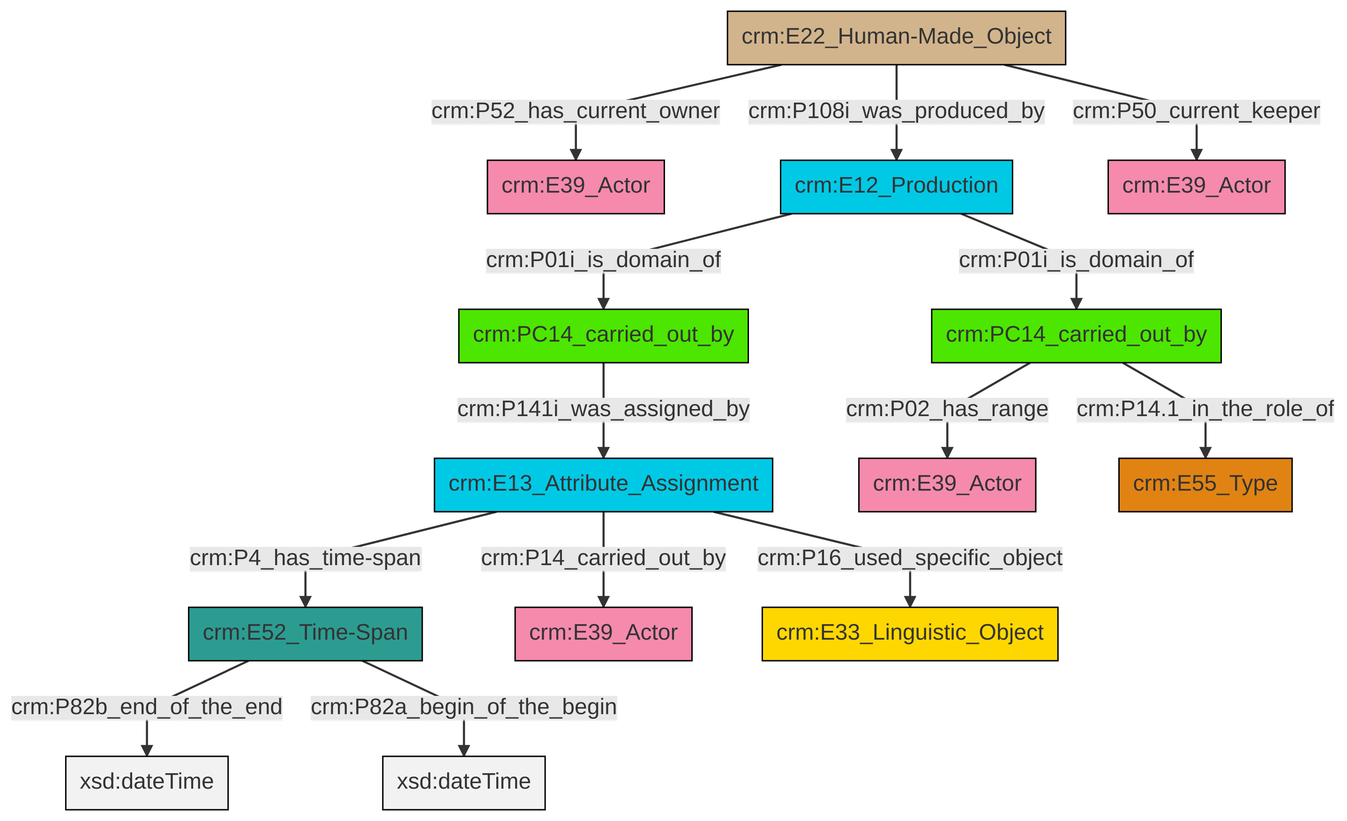
The Mermaid diagram et/carrierCSV/ttl/mmd/png/carrier_relations.png in swiss-art-research-net/docs.swissartresearch, before a commit. Its source is kept beside it as et/carrierCSV/ttl/mmd/carrier_relations.ttl.mmd.
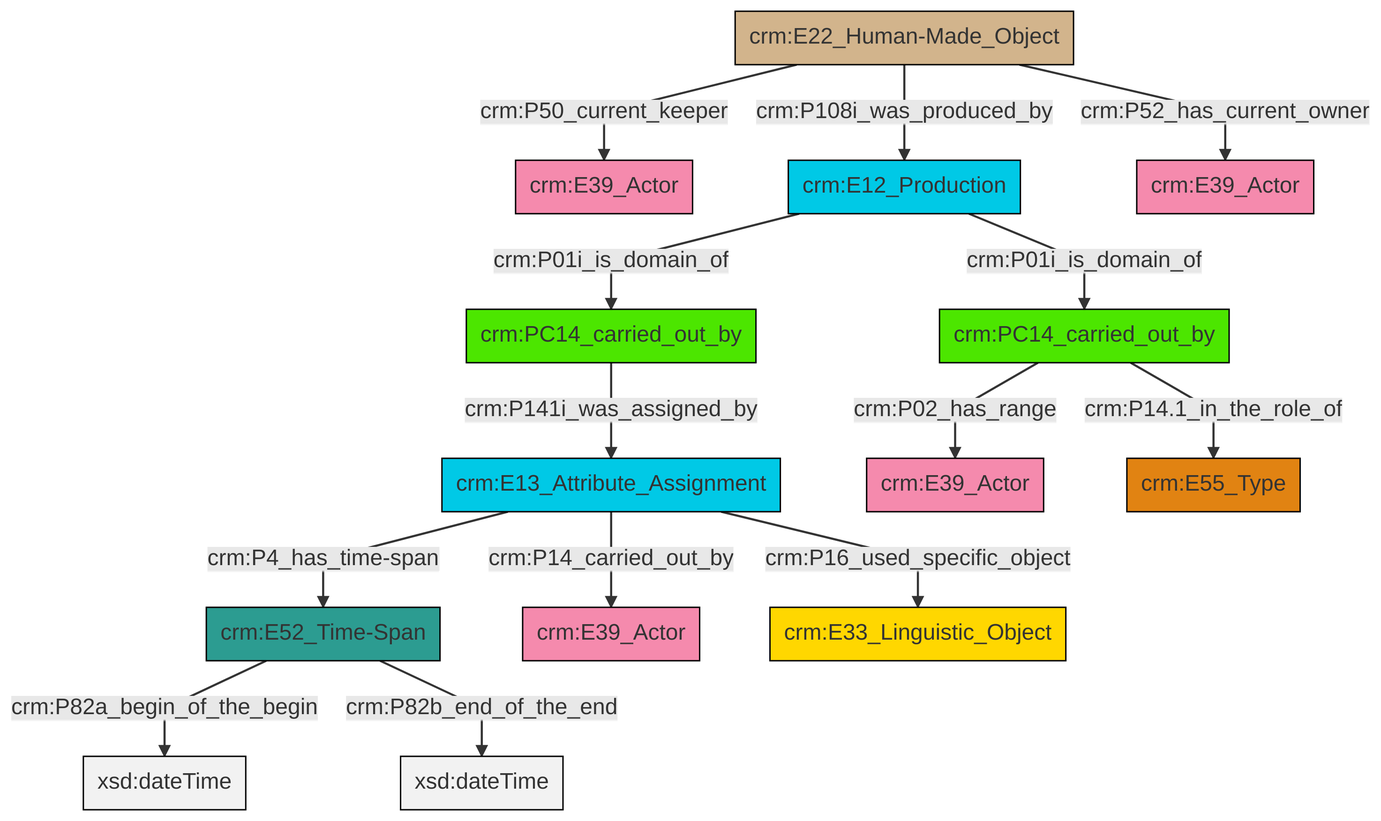
Later version of the same file.

What changed in the source:
```diff
@@ -13,16 +13,16 @@
 classDef PC_Classes fill:#4ce600, stroke:#000000;
 classDef Multi fill:#cccccc,stroke:#000000;
 
-0["crm:E22_Human-Made_Object"]:::Physical_Thing -->|crm:P52_has_current_owner| 1["crm:E39_Actor"]:::Actor
-3["crm:E52_Time-Span"]:::Time-Span -->|crm:P82b_end_of_the_end| 5[xsd:dateTime]:::Literal
-6["crm:E13_Attribute_Assignment"]:::Temporal_Entity -->|crm:P4_has_time-span| 3["crm:E52_Time-Span"]:::Time-Span
-0["crm:E22_Human-Made_Object"]:::Physical_Thing -->|crm:P108i_was_produced_by| 7["crm:E12_Production"]:::Temporal_Entity
-8["crm:PC14_carried_out_by"]:::PC_Classes -->|crm:P14.1_in_the_role_of| 12["crm:E55_Type"]:::Type
-3["crm:E52_Time-Span"]:::Time-Span -->|crm:P82a_begin_of_the_begin| 14[xsd:dateTime]:::Literal
-8["crm:PC14_carried_out_by"]:::PC_Classes -->|crm:P02_has_range| 10["crm:E39_Actor"]:::Actor
-7["crm:E12_Production"]:::Temporal_Entity -->|crm:P01i_is_domain_of| 16["crm:PC14_carried_out_by"]:::PC_Classes
-16["crm:PC14_carried_out_by"]:::PC_Classes -->|crm:P141i_was_assigned_by| 6["crm:E13_Attribute_Assignment"]:::Temporal_Entity
-6["crm:E13_Attribute_Assignment"]:::Temporal_Entity -->|crm:P14_carried_out_by| 18["crm:E39_Actor"]:::Actor
-7["crm:E12_Production"]:::Temporal_Entity -->|crm:P01i_is_domain_of| 8["crm:PC14_carried_out_by"]:::PC_Classes
-0["crm:E22_Human-Made_Object"]:::Physical_Thing -->|crm:P50_current_keeper| 23["crm:E39_Actor"]:::Actor
-6["crm:E13_Attribute_Assignment"]:::Temporal_Entity -->|crm:P16_used_specific_object| 21["crm:E33_Linguistic_Object"]:::Conceptual_Object
+2["crm:PC14_carried_out_by"]:::PC_Classes -->|crm:P141i_was_assigned_by| 3["crm:E13_Attribute_Assignment"]:::Temporal_Entity
+4["crm:E22_Human-Made_Object"]:::Physical_Thing -->|crm:P108i_was_produced_by| 5["crm:E12_Production"]:::Temporal_Entity
+8["crm:E52_Time-Span"]:::Time-Span -->|crm:P82a_begin_of_the_begin| 9[xsd:dateTime]:::Literal
+4["crm:E22_Human-Made_Object"]:::Physical_Thing -->|crm:P50_current_keeper| 0["crm:E39_Actor"]:::Actor
+5["crm:E12_Production"]:::Temporal_Entity -->|crm:P01i_is_domain_of| 2["crm:PC14_carried_out_by"]:::PC_Classes
+3["crm:E13_Attribute_Assignment"]:::Temporal_Entity -->|crm:P14_carried_out_by| 14["crm:E39_Actor"]:::Actor
+5["crm:E12_Production"]:::Temporal_Entity -->|crm:P01i_is_domain_of| 11["crm:PC14_carried_out_by"]:::PC_Classes
+8["crm:E52_Time-Span"]:::Time-Span -->|crm:P82b_end_of_the_end| 17[xsd:dateTime]:::Literal
+11["crm:PC14_carried_out_by"]:::PC_Classes -->|crm:P02_has_range| 6["crm:E39_Actor"]:::Actor
+4["crm:E22_Human-Made_Object"]:::Physical_Thing -->|crm:P52_has_current_owner| 18["crm:E39_Actor"]:::Actor
+3["crm:E13_Attribute_Assignment"]:::Temporal_Entity -->|crm:P4_has_time-span| 8["crm:E52_Time-Span"]:::Time-Span
+3["crm:E13_Attribute_Assignment"]:::Temporal_Entity -->|crm:P16_used_specific_object| 22["crm:E33_Linguistic_Object"]:::Conceptual_Object
+11["crm:PC14_carried_out_by"]:::PC_Classes -->|crm:P14.1_in_the_role_of| 15["crm:E55_Type"]:::Type
```
